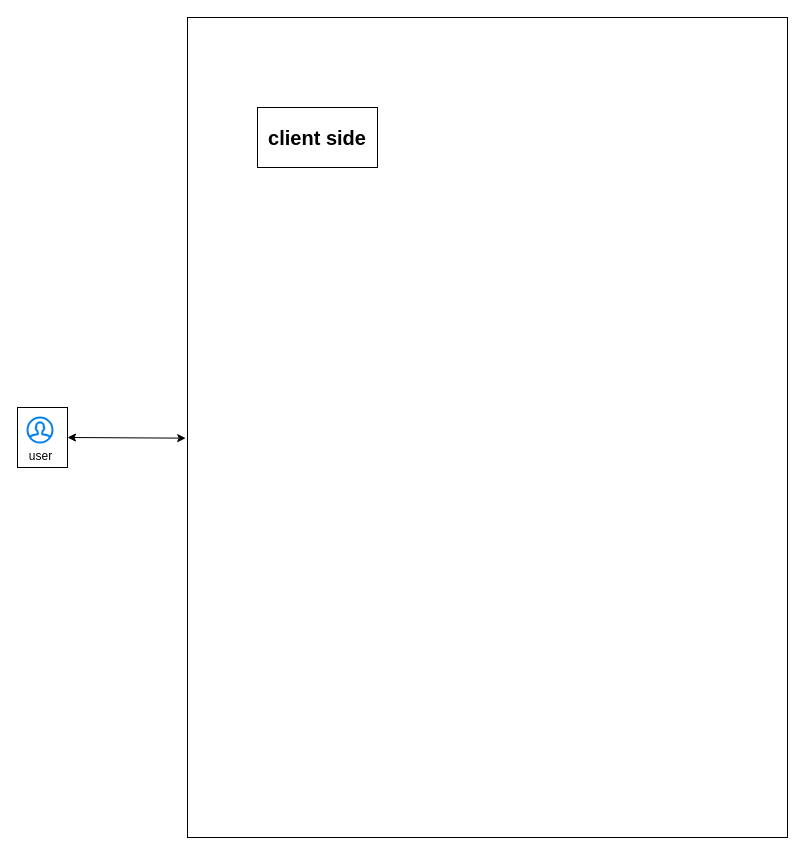
Earlier version of the draw.io diagram public/db specs.drawio (Ebrahim-Ramadan/myfitrainer-app). Source tidied: cells renumbered, new cells numbered last; positions are measured from the earlier drawing's top-left corner, leaving out a move shared by most shapes. Both pictures are drawn from the tidied source at 100%, with x=0, y=0 at pixel (17, 17).
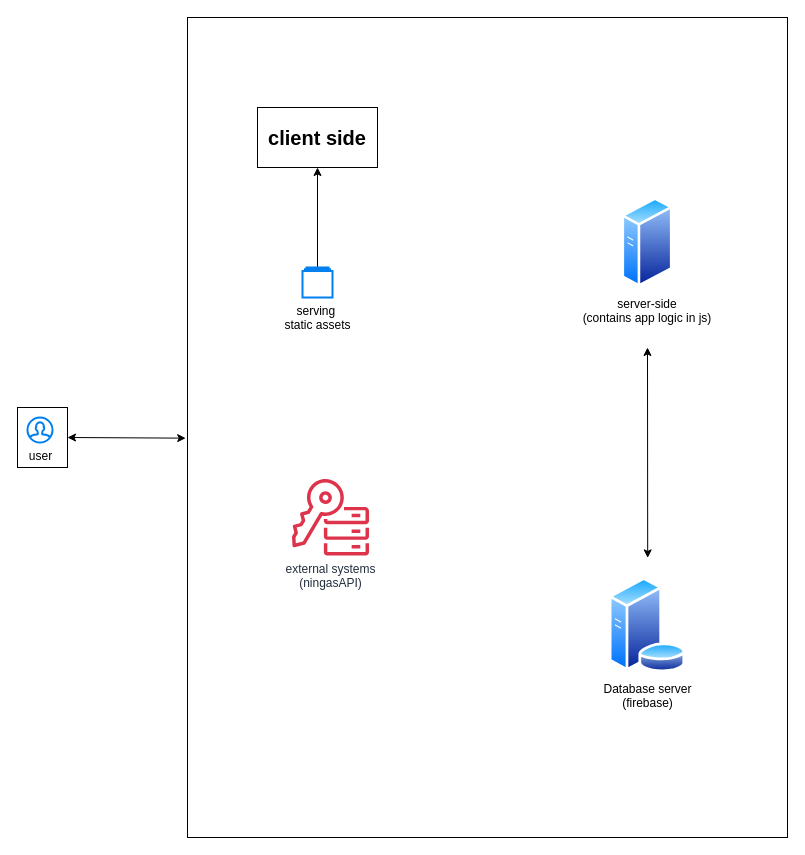
The same diagram, later.

Diff of the diagram source:
```diff
@@
 <mxGraphModel>
   <root>
     <mxCell id="0" />
     <mxCell id="1" parent="0" />
     <mxCell id="2" style="rounded=0;whiteSpace=wrap;html=1;" parent="1" vertex="1">
       <mxGeometry x="170" width="600" height="820" as="geometry" />
     </mxCell>
     <mxCell id="3" style="group;" parent="1" vertex="1">
       <mxGeometry y="390" width="50" height="60" as="geometry" />
     </mxCell>
     <mxCell id="4" style="rounded=0;whiteSpace=wrap;html=1;" parent="3" vertex="1">
       <mxGeometry width="50" height="60" as="geometry" />
     </mxCell>
     <mxCell id="5" value="user" style="html=1;verticalLabelPosition=bottom;align=center;labelBackgroundColor=#ffffff;verticalAlign=top;strokeWidth=2;strokeColor=#0080F0;shadow=0;dashed=0;shape=mxgraph.ios7.icons.user;" parent="3" vertex="1">
       <mxGeometry x="10" y="10" width="25" height="25" as="geometry" />
     </mxCell>
     <mxCell id="6" style="endArrow=classic;startArrow=classic;html=1;rounded=0;exitX=1;exitY=0.5;exitDx=0;exitDy=0;entryX=-0.003;entryY=0.513;entryDx=0;entryDy=0;entryPerimeter=0;" parent="1" edge="1" source="4" target="2">
       <mxGeometry relative="1" as="geometry" />
     </mxCell>
     <mxCell id="7" value="&lt;font style=&quot;font-size: 20px;&quot;&gt;&lt;b&gt;client side&lt;/b&gt;&lt;/font&gt;" style="rounded=0;whiteSpace=wrap;html=1;" parent="1" vertex="1">
       <mxGeometry x="240" y="90" width="120" height="60" as="geometry" />
     </mxCell>
+    <mxCell id="8" value="server-side&lt;br&gt;(contains app logic in js)" style="rounded=0;whiteSpace=wrap;html=1;shape=image;labelBackgroundColor=default;verticalAlign=top;verticalLabelPosition=bottom;perimeter=ellipsePerimeter;shadow=0;dashed=0;spacingTop=3;image=img/lib/active_directory/generic_server.svg;" parent="1" vertex="1">
+      <mxGeometry x="540" y="180" width="180" height="90" as="geometry" />
+    </mxCell>
+    <mxCell id="9" value="Database server &lt;br&gt;(firebase)" style="image;perimeter=ellipsePerimeter;html=1;align=center;shadow=0;dashed=0;spacingTop=3;image=img/lib/active_directory/database_server.svg;" parent="1" vertex="1">
+      <mxGeometry x="591" y="560" width="77.9" height="95" as="geometry" />
+    </mxCell>
+    <mxCell id="10" style="endArrow=classic;startArrow=classic;html=1;rounded=0;exitX=0.767;exitY=0.659;exitDx=0;exitDy=0;exitPerimeter=0;" parent="1" edge="1" source="2">
+      <mxGeometry relative="1" as="geometry">
+        <mxPoint x="630" y="330" as="targetPoint" />
+      </mxGeometry>
+    </mxCell>
+    <mxCell id="11" value="external systems&lt;br&gt;(ningasAPI)" style="sketch=0;fontColor=#232F3E;gradientColor=none;fillColor=#DD344C;strokeColor=none;dashed=0;verticalLabelPosition=bottom;verticalAlign=top;align=center;html=1;fontSize=12;fontStyle=0;shape=mxgraph.aws4.key_management_service_external_key_store;" parent="1" vertex="1">
+      <mxGeometry x="274" y="460" width="78" height="78" as="geometry" />
+    </mxCell>
+    <mxCell id="12" style="edgeStyle=orthogonalEdgeStyle;rounded=0;jettySize=auto;html=1;entryX=0.5;entryY=1;entryDx=0;entryDy=0;" parent="1" edge="1" source="13" target="7">
+      <mxGeometry relative="1" as="geometry" />
+    </mxCell>
+    <mxCell id="13" value="serving&amp;nbsp;&lt;br&gt;static assets" style="html=1;verticalLabelPosition=bottom;align=center;labelBackgroundColor=#ffffff;verticalAlign=top;strokeWidth=2;strokeColor=#0080F0;shadow=0;dashed=0;shape=mxgraph.ios7.icons.folders;" parent="1" vertex="1">
+      <mxGeometry x="285" y="250" width="30" height="30" as="geometry" />
+    </mxCell>
   </root>
 </mxGraphModel>
```
